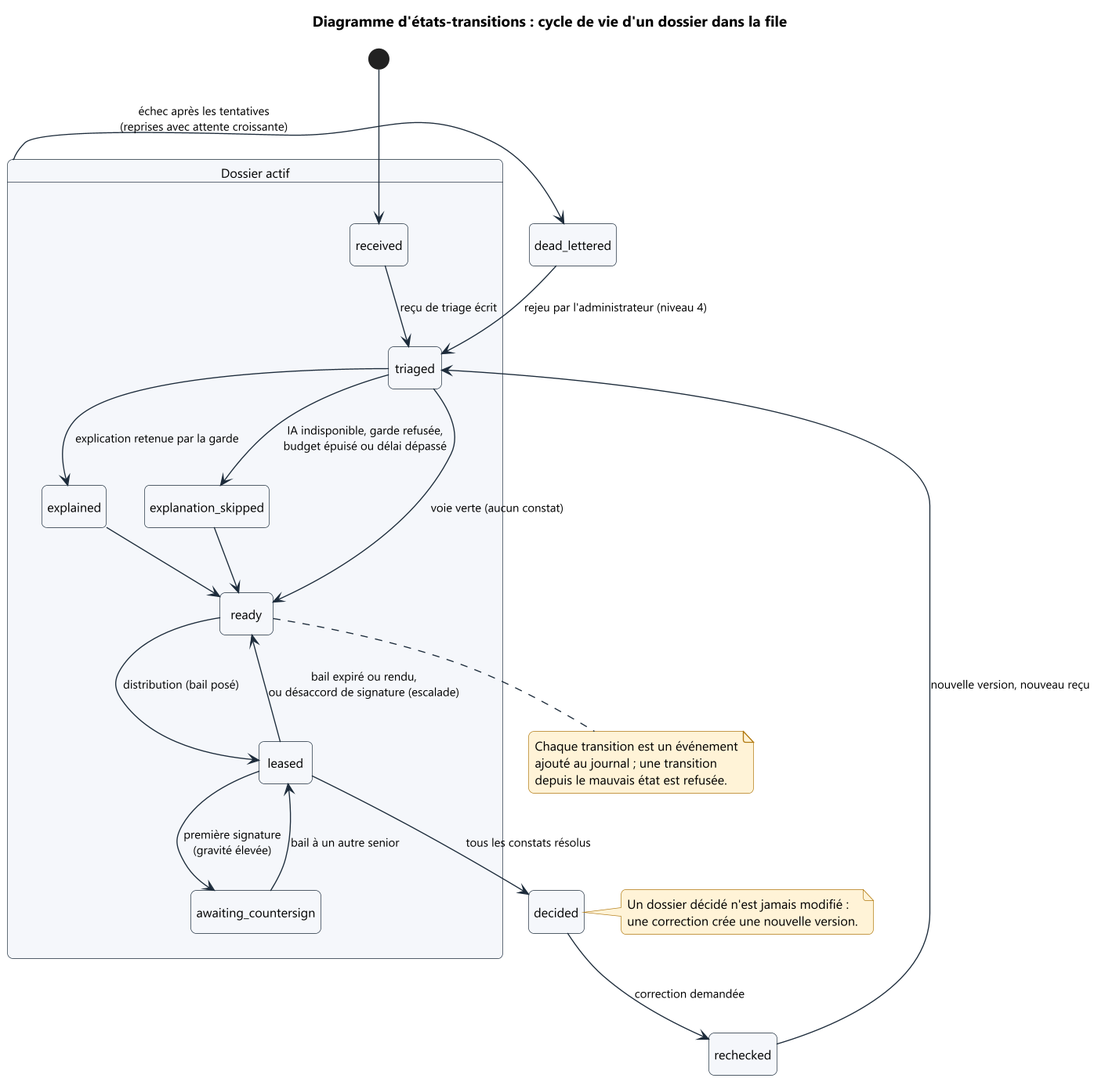
The PlantUML diagram docs/figures/uml/08_etats_dossier.png in PublisherX02/Claim_Guard, before a commit.
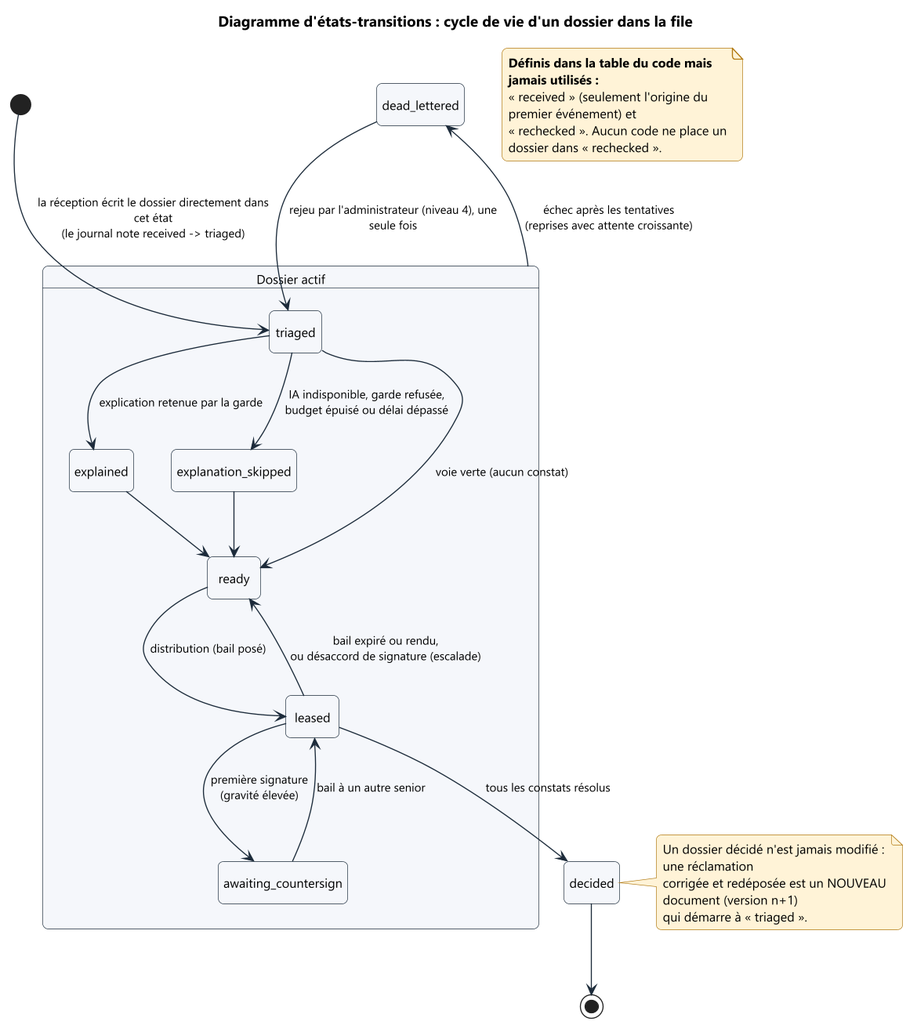
Later version of the same file.

Diff of the diagram source:
```diff
@@ -3,10 +3,9 @@
 title Diagramme d'états-transitions : cycle de vie d'un dossier dans la file
 hide empty description
 
-[*] --> received
+[*] --> triaged : la réception écrit le dossier directement dans cet état\n(le journal note received -> triaged)
 
 state "Dossier actif" as Actif {
-  state received
   state triaged
   state explained
   state explanation_skipped
@@ -14,7 +13,6 @@
   state leased
   state awaiting_countersign
 
-  received --> triaged : reçu de triage écrit
   triaged --> ready : voie verte (aucun constat)
   triaged --> explained : explication retenue par la garde
   triaged --> explanation_skipped : IA indisponible, garde refusée,\nbudget épuisé ou délai dépassé
@@ -27,19 +25,19 @@
 }
 
 leased --> decided : tous les constats résolus
-decided --> rechecked : correction demandée
-rechecked --> triaged : nouvelle version, nouveau reçu
 Actif --> dead_lettered : échec après les tentatives\n(reprises avec attente croissante)
-dead_lettered --> triaged : rejeu par l'administrateur (niveau 4)
+dead_lettered --> triaged : rejeu par l'administrateur (niveau 4), une seule fois
+decided --> [*]
 
 note right of decided
-  Un dossier décidé n'est jamais modifié :
-  une correction crée une nouvelle version.
+  Un dossier décidé n'est jamais modifié : une réclamation
+  corrigée et redéposée est un NOUVEAU document (version n+1)
+  qui démarre à « triaged ».
 end note
 
-note bottom of ready
-  Chaque transition est un événement
-  ajouté au journal ; une transition
-  depuis le mauvais état est refusée.
+note as N1
+  <b>Définis dans la table du code mais jamais utilisés :</b>
+  « received » (seulement l'origine du premier événement) et
+  « rechecked ». Aucun code ne place un dossier dans « rechecked ».
 end note
 @enduml
```
